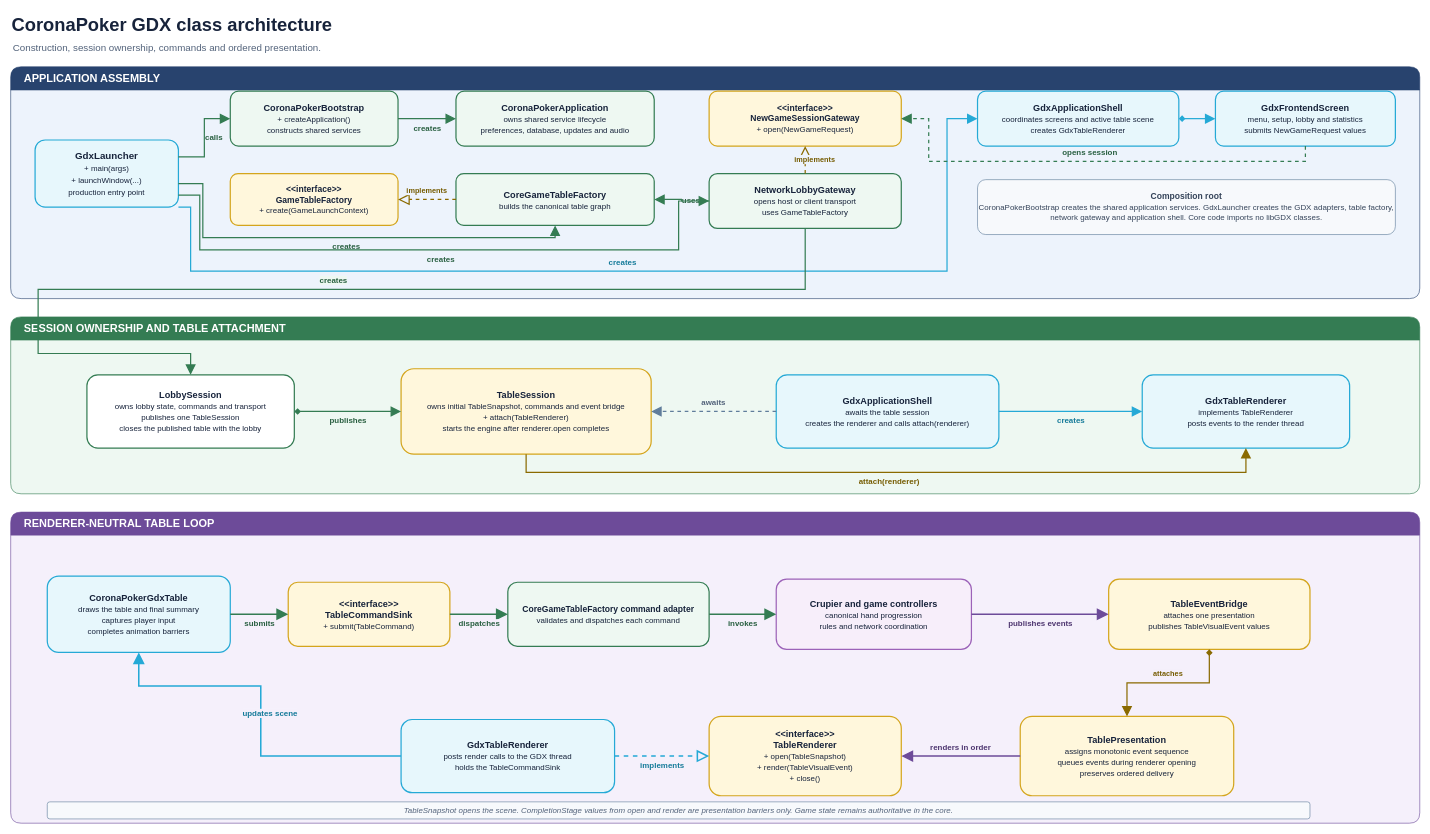
The draw.io diagram docs/diagrams/coronapoker-frontend-uml.drawio in tonikelope/coronapoker, before the edit. Source tidied: cells renumbered, new cells numbered last; positions are measured from the earlier drawing's top-left corner, leaving out a move shared by most shapes. Both pictures are drawn from the tidied source at 61%, with x=0, y=0 at pixel (10, 10).
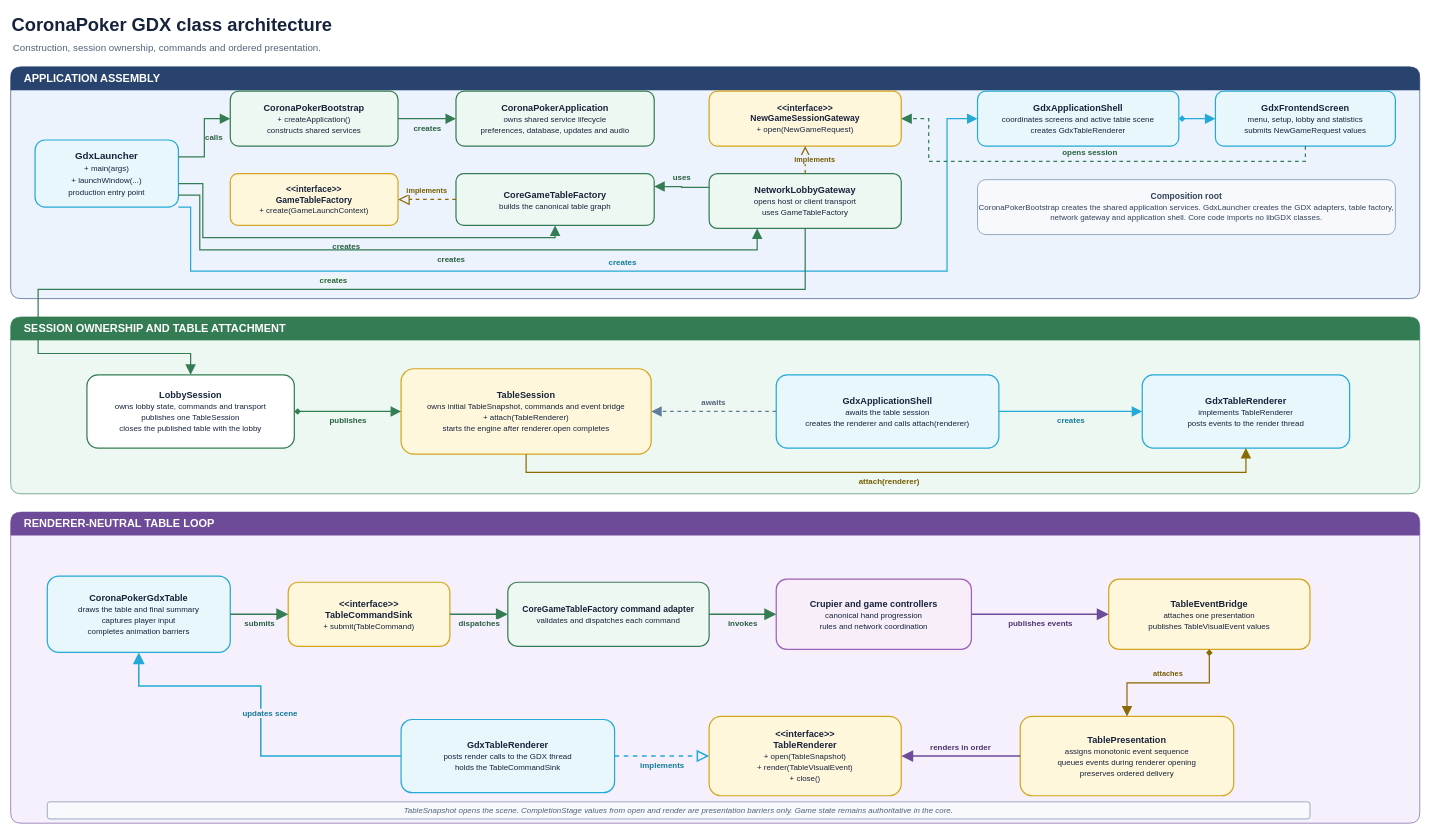
The same page after the edit.

Commit message (it also covers changes not shown here):
Fix GDX UML factory connectors

The change refers to these unchanged cells:
```xml
<mxCell id="5" value="&lt;b&gt;GdxLauncher&lt;/b&gt;&lt;br&gt;&lt;font size=&quot;2&quot;&gt;+ main(args)&lt;br&gt;+ launchWindow(...)&lt;br&gt;production entry point&lt;/font&gt;" style="rounded=1;whiteSpace=wrap;html=1;fillColor=#E7F7FC;strokeColor=#25A9D6;strokeWidth=2;fontColor=#17233B;fontSize=16;" parent="1" vertex="1">
  <mxGeometry x="40" y="212" width="235" height="110" as="geometry" />
</mxCell>
<mxCell id="9" value="&lt;b&gt;CoreGameTableFactory&lt;/b&gt;&lt;br&gt;&lt;font size=&quot;2&quot;&gt;builds the canonical table graph&lt;/font&gt;" style="rounded=1;whiteSpace=wrap;html=1;fillColor=#EEF8F2;strokeColor=#347C53;strokeWidth=2;fontColor=#17233B;fontSize=15;" parent="1" vertex="1">
  <mxGeometry x="730" y="267" width="325" height="85" as="geometry" />
</mxCell>
<mxCell id="11" value="&lt;b&gt;NetworkLobbyGateway&lt;/b&gt;&lt;br&gt;&lt;font size=&quot;2&quot;&gt;opens host or client transport&lt;br&gt;uses GameTableFactory&lt;/font&gt;" style="rounded=1;whiteSpace=wrap;html=1;fillColor=#EEF8F2;strokeColor=#347C53;strokeWidth=2;fontColor=#17233B;fontSize=15;" parent="1" vertex="1">
  <mxGeometry x="1145" y="267" width="315" height="90" as="geometry" />
</mxCell>
```

Diff of the diagram source:
```diff
@@
-    <mxCell id="19" value="uses" style="edgeStyle=orthogonalEdgeStyle;rounded=0;html=1;endArrow=block;endFill=1;endSize=12;strokeColor=#347C53;strokeWidth=2;fontColor=#285F40;fontSize=13;fontStyle=1;labelBackgroundColor=#EDF3FC;" parent="1" edge="1" source="11" target="9">
+    <mxCell id="19" value="uses" style="edgeStyle=orthogonalEdgeStyle;rounded=0;html=1;endArrow=block;endFill=1;endSize=12;strokeColor=#347C53;strokeWidth=2;fontColor=#285F40;fontSize=13;fontStyle=1;labelBackgroundColor=#EDF3FC;exitX=0;exitY=0.25;entryX=1;entryY=0.25;exitDx=0;exitDy=0;entryDx=0;entryDy=0;" parent="1" edge="1" source="11" target="9">
       <mxGeometry y="-15" relative="1" as="geometry" />
     </mxCell>
@@
-    <mxCell id="21" value="creates" style="edgeStyle=orthogonalEdgeStyle;rounded=0;html=1;endArrow=block;endFill=1;endSize=12;strokeColor=#347C53;strokeWidth=2;fontColor=#285F40;fontSize=13;fontStyle=1;labelBackgroundColor=#EDF3FC;exitX=1;exitY=0.82;entryX=0;entryY=0.5;" parent="1" edge="1" source="5" target="11">
+    <mxCell id="21" value="creates" style="edgeStyle=orthogonalEdgeStyle;rounded=0;html=1;endArrow=block;endFill=1;endSize=12;strokeColor=#347C53;strokeWidth=2;fontColor=#285F40;fontSize=13;fontStyle=1;labelBackgroundColor=#EDF3FC;exitX=1;exitY=0.82;entryX=0.25;entryY=1;entryDx=0;entryDy=0;" parent="1" edge="1" source="5" target="11">
       <mxGeometry y="-15" relative="1" as="geometry">
         <Array as="points">
           <mxPoint x="310" y="392" />
-          <mxPoint x="1095" y="392" />
-          <mxPoint x="1095" y="312" />
+          <mxPoint x="1224" y="392" />
         </Array>
       </mxGeometry>
     </mxCell>
```
